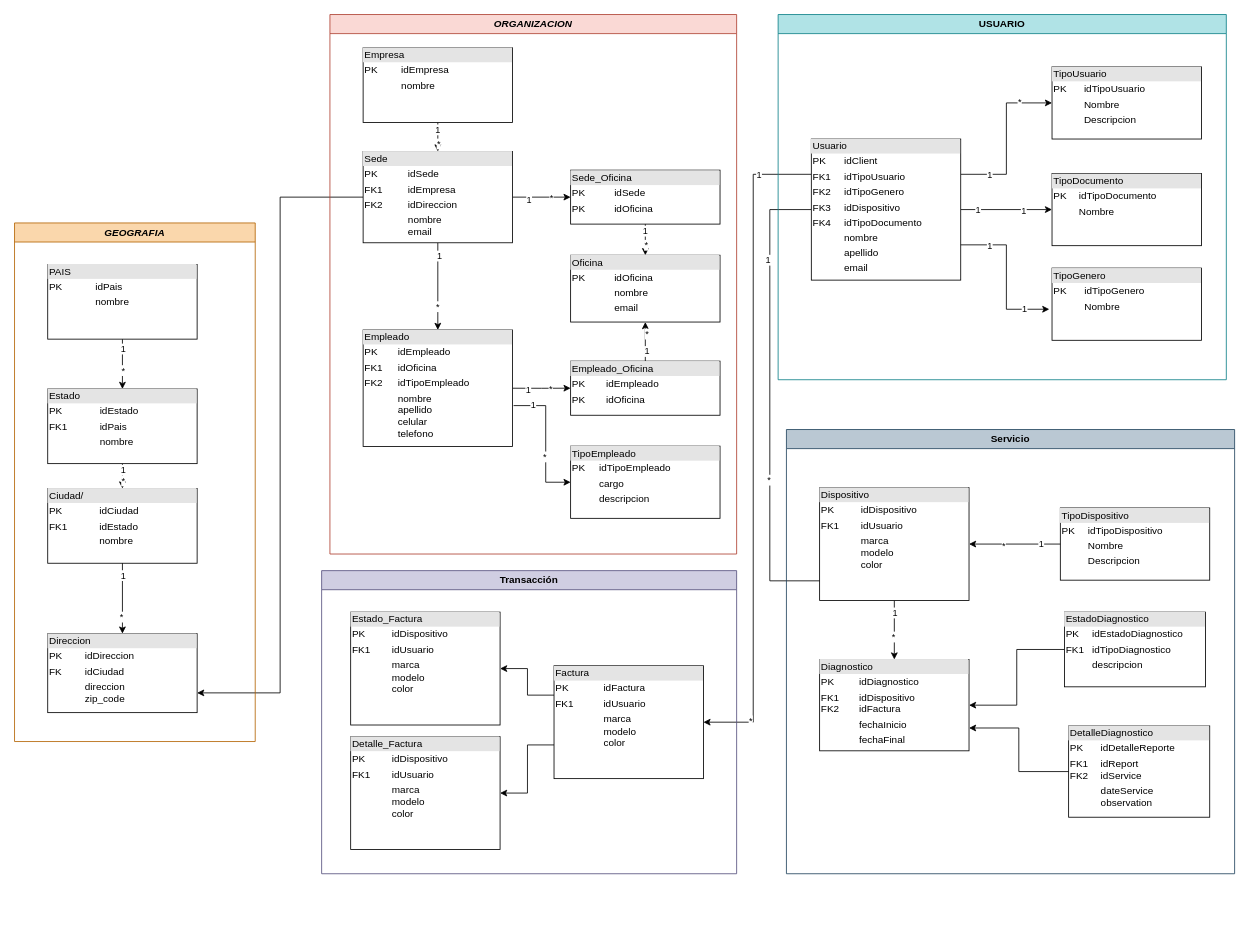
Alejo2304/website_projects keeps this draw.io diagram as projects/tech_support/Tech_support.drawio. Above is the earlier version. Source tidied: cells renumbered, new cells numbered last; positions are measured from the earlier drawing's top-left corner, leaving out a move shared by most shapes. Both pictures are drawn from the tidied source at 83%, with x=0, y=0 at pixel (14, 14).
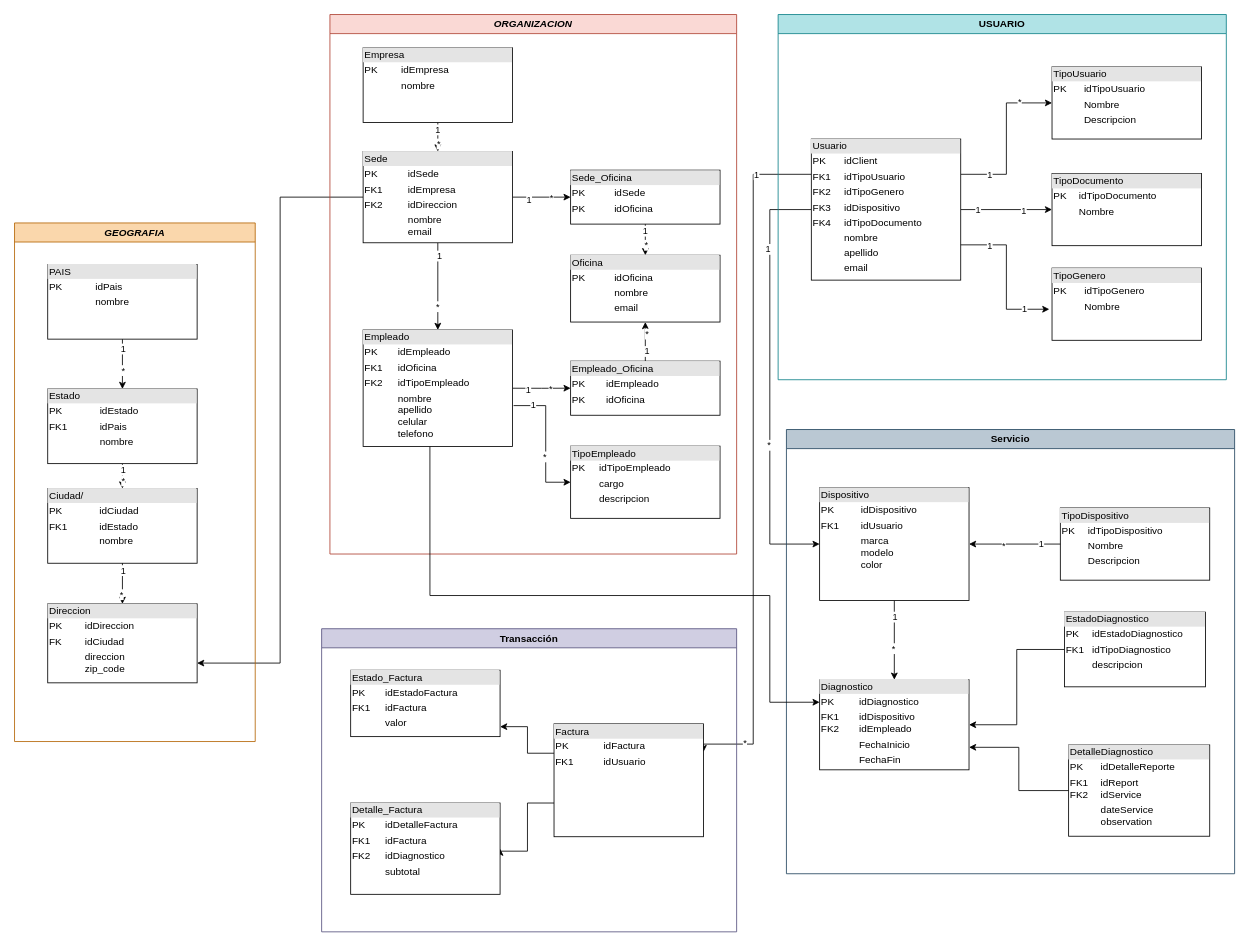
Above is the later version.

Commit message:
Fixed relations and tables

Unchanged cells that the change refers to:
```xml
<mxCell id="17" value="&lt;div style=&quot;box-sizing:border-box;width:100%;background:#e4e4e4;padding:2px;&quot;&gt;Usuario&lt;/div&gt;&lt;table style=&quot;width:100%;font-size:1em;&quot; cellpadding=&quot;2&quot; cellspacing=&quot;0&quot;&gt;&lt;tbody&gt;&lt;tr&gt;&lt;td&gt;PK&lt;/td&gt;&lt;td&gt;idClient&lt;/td&gt;&lt;/tr&gt;&lt;tr&gt;&lt;td&gt;FK1&lt;/td&gt;&lt;td&gt;idTipoUsuario&lt;/td&gt;&lt;/tr&gt;&lt;tr&gt;&lt;td&gt;FK2&lt;/td&gt;&lt;td&gt;idTipoGenero&lt;/td&gt;&lt;/tr&gt;&lt;tr&gt;&lt;td&gt;FK3&lt;/td&gt;&lt;td&gt;idDispositivo&lt;/td&gt;&lt;/tr&gt;&lt;tr&gt;&lt;td&gt;FK4&lt;/td&gt;&lt;td&gt;idTipoDocumento&lt;/td&gt;&lt;/tr&gt;&lt;tr&gt;&lt;td&gt;&lt;br&gt;&lt;/td&gt;&lt;td&gt;nombre&lt;/td&gt;&lt;/tr&gt;&lt;tr&gt;&lt;td&gt;&lt;br&gt;&lt;/td&gt;&lt;td&gt;apellido&lt;/td&gt;&lt;/tr&gt;&lt;tr&gt;&lt;td&gt;&lt;br&gt;&lt;/td&gt;&lt;td&gt;email&lt;/td&gt;&lt;/tr&gt;&lt;/tbody&gt;&lt;/table&gt;" style="verticalAlign=top;align=left;overflow=fill;html=1;whiteSpace=wrap;" parent="1" vertex="1">
  <mxGeometry x="960" y="150" width="180" height="170" as="geometry" />
</mxCell>
<mxCell id="34" value="&lt;i&gt;GEOGRAFIA&lt;/i&gt;" style="swimlane;whiteSpace=wrap;html=1;fillColor=#fad7ac;strokeColor=#b46504;" parent="1" vertex="1">
  <mxGeometry y="251.1" width="290" height="624.8" as="geometry" />
</mxCell>
<mxCell id="56" value="&lt;div style=&quot;box-sizing:border-box;width:100%;background:#e4e4e4;padding:2px;&quot;&gt;Empleado&lt;/div&gt;&lt;table style=&quot;width:100%;font-size:1em;&quot; cellpadding=&quot;2&quot; cellspacing=&quot;0&quot;&gt;&lt;tbody&gt;&lt;tr&gt;&lt;td&gt;PK&lt;/td&gt;&lt;td&gt;idEmpleado&lt;/td&gt;&lt;/tr&gt;&lt;tr&gt;&lt;td&gt;FK1&lt;/td&gt;&lt;td&gt;idOficina&lt;/td&gt;&lt;/tr&gt;&lt;tr&gt;&lt;td&gt;FK2&lt;/td&gt;&lt;td&gt;idTipoEmpleado&lt;/td&gt;&lt;/tr&gt;&lt;tr&gt;&lt;td&gt;&lt;br&gt;&lt;/td&gt;&lt;td&gt;nombre&lt;br&gt;apellido&lt;br&gt;celular&lt;br&gt;telefono&lt;br&gt;&lt;/td&gt;&lt;/tr&gt;&lt;/tbody&gt;&lt;/table&gt;" style="verticalAlign=top;align=left;overflow=fill;html=1;whiteSpace=wrap;" parent="55" vertex="1">
  <mxGeometry x="40" y="380" width="180" height="140.5" as="geometry" />
</mxCell>
<mxCell id="72" value="Servicio" style="swimlane;whiteSpace=wrap;html=1;fillColor=#bac8d3;strokeColor=#23445d;" parent="1" vertex="1">
  <mxGeometry x="930" y="500" width="540" height="535.2" as="geometry" />
</mxCell>
<mxCell id="82" value="&lt;div style=&quot;box-sizing:border-box;width:100%;background:#e4e4e4;padding:2px;&quot;&gt;Dispositivo&lt;/div&gt;&lt;table style=&quot;width:100%;font-size:1em;&quot; cellpadding=&quot;2&quot; cellspacing=&quot;0&quot;&gt;&lt;tbody&gt;&lt;tr&gt;&lt;td&gt;PK&lt;/td&gt;&lt;td&gt;idDispositivo&lt;/td&gt;&lt;/tr&gt;&lt;tr&gt;&lt;td&gt;FK1&lt;/td&gt;&lt;td&gt;idUsuario&lt;/td&gt;&lt;/tr&gt;&lt;tr&gt;&lt;td&gt;&lt;/td&gt;&lt;td&gt;marca&lt;br&gt;modelo&lt;br&gt;color&lt;br&gt;&lt;br&gt;&lt;/td&gt;&lt;/tr&gt;&lt;/tbody&gt;&lt;/table&gt;" style="verticalAlign=top;align=left;overflow=fill;html=1;whiteSpace=wrap;" parent="72" vertex="1">
  <mxGeometry x="40" y="70" width="180" height="136" as="geometry" />
</mxCell>
```

Diff of the diagram source:
```diff
@@
-    <mxCell id="5" style="edgeStyle=orthogonalEdgeStyle;rounded=0;jettySize=auto;html=1;exitX=0;exitY=0.5;exitDx=0;exitDy=0;entryX=0;entryY=0.5;entryDx=0;entryDy=0;" parent="1" edge="1" source="17">
+    <mxCell id="5" style="edgeStyle=orthogonalEdgeStyle;rounded=0;jettySize=auto;html=1;exitX=0;exitY=0.5;exitDx=0;exitDy=0;entryX=0;entryY=0.5;entryDx=0;entryDy=0;" parent="1" edge="1" source="17" target="82">
       <mxGeometry relative="1" as="geometry">
-        <mxPoint x="990" y="682.3" as="targetPoint" />
         <Array as="points">
           <mxPoint x="910" y="235" />
-          <mxPoint x="910" y="682" />
+          <mxPoint x="910" y="638" />
         </Array>
       </mxGeometry>
     </mxCell>
@@
-    <mxCell id="14" style="edgeStyle=orthogonalEdgeStyle;rounded=0;jettySize=auto;html=1;entryX=1;entryY=0.5;entryDx=0;entryDy=0;exitX=0;exitY=0.25;exitDx=0;exitDy=0;" parent="1" edge="1" source="17" target="69">
+    <mxCell id="14" style="edgeStyle=orthogonalEdgeStyle;rounded=0;jettySize=auto;html=1;entryX=1;entryY=0.25;entryDx=0;entryDy=0;exitX=0;exitY=0.25;exitDx=0;exitDy=0;" parent="1" edge="1" source="17" target="69">
       <mxGeometry relative="1" as="geometry">
         <Array as="points">
-          <mxPoint x="890" y="192" />
-          <mxPoint x="890" y="853" />
+          <mxPoint x="890" y="193" />
+          <mxPoint x="890" y="879" />
         </Array>
       </mxGeometry>
     </mxCell>
@@
     <mxCell id="36" value="&lt;div style=&quot;box-sizing:border-box;width:100%;background:#e4e4e4;padding:2px;&quot;&gt;Direccion&lt;/div&gt;&lt;table style=&quot;width:100%;font-size:1em;&quot; cellpadding=&quot;2&quot; cellspacing=&quot;0&quot;&gt;&lt;tbody&gt;&lt;tr&gt;&lt;td&gt;PK&lt;/td&gt;&lt;td&gt;idDireccion&lt;/td&gt;&lt;/tr&gt;&lt;tr&gt;&lt;td&gt;FK&lt;/td&gt;&lt;td&gt;idCiudad&lt;/td&gt;&lt;/tr&gt;&lt;tr&gt;&lt;td&gt;&lt;/td&gt;&lt;td&gt;direccion&lt;br&gt;zip_code&lt;br&gt;&lt;br&gt;&lt;br&gt;&lt;/td&gt;&lt;/tr&gt;&lt;tr&gt;&lt;td&gt;&lt;br&gt;&lt;/td&gt;&lt;td&gt;&lt;br&gt;&lt;/td&gt;&lt;/tr&gt;&lt;/tbody&gt;&lt;/table&gt;" style="verticalAlign=top;align=left;overflow=fill;html=1;whiteSpace=wrap;" parent="34" vertex="1">
-      <mxGeometry x="40" y="494.8" width="180" height="95.2" as="geometry" />
+      <mxGeometry x="40" y="458.9" width="180" height="95.2" as="geometry" />
     </mxCell>
@@
     <mxCell id="66" value="Transacción" style="swimlane;whiteSpace=wrap;html=1;fillColor=#d0cee2;strokeColor=#56517e;" parent="1" vertex="1">
-      <mxGeometry x="370" y="670" width="500" height="365.2" as="geometry" />
+      <mxGeometry x="370" y="740" width="500" height="365.2" as="geometry" />
     </mxCell>
@@
-    <mxCell id="69" value="&lt;div style=&quot;box-sizing:border-box;width:100%;background:#e4e4e4;padding:2px;&quot;&gt;Factura&lt;/div&gt;&lt;table style=&quot;width:100%;font-size:1em;&quot; cellpadding=&quot;2&quot; cellspacing=&quot;0&quot;&gt;&lt;tbody&gt;&lt;tr&gt;&lt;td&gt;PK&lt;/td&gt;&lt;td&gt;idFactura&lt;/td&gt;&lt;/tr&gt;&lt;tr&gt;&lt;td&gt;FK1&lt;/td&gt;&lt;td&gt;idUsuario&lt;/td&gt;&lt;/tr&gt;&lt;tr&gt;&lt;td&gt;&lt;/td&gt;&lt;td&gt;marca&lt;br&gt;modelo&lt;br&gt;color&lt;br&gt;&lt;br&gt;&lt;/td&gt;&lt;/tr&gt;&lt;/tbody&gt;&lt;/table&gt;" style="verticalAlign=top;align=left;overflow=fill;html=1;whiteSpace=wrap;" parent="66" vertex="1">
+    <mxCell id="69" value="&lt;div style=&quot;box-sizing:border-box;width:100%;background:#e4e4e4;padding:2px;&quot;&gt;Factura&lt;/div&gt;&lt;table style=&quot;width:100%;font-size:1em;&quot; cellpadding=&quot;2&quot; cellspacing=&quot;0&quot;&gt;&lt;tbody&gt;&lt;tr&gt;&lt;td&gt;PK&lt;/td&gt;&lt;td&gt;idFactura&lt;/td&gt;&lt;/tr&gt;&lt;tr&gt;&lt;td&gt;FK1&lt;/td&gt;&lt;td&gt;idUsuario&lt;/td&gt;&lt;/tr&gt;&lt;tr&gt;&lt;td&gt;&lt;br&gt;&lt;/td&gt;&lt;td&gt;&lt;br&gt;&lt;/td&gt;&lt;/tr&gt;&lt;/tbody&gt;&lt;/table&gt;" style="verticalAlign=top;align=left;overflow=fill;html=1;whiteSpace=wrap;" parent="66" vertex="1">
       <mxGeometry x="280" y="114.6" width="180" height="136" as="geometry" />
     </mxCell>
-    <mxCell id="70" value="&lt;div style=&quot;box-sizing:border-box;width:100%;background:#e4e4e4;padding:2px;&quot;&gt;Estado_Factura&lt;/div&gt;&lt;table style=&quot;width:100%;font-size:1em;&quot; cellpadding=&quot;2&quot; cellspacing=&quot;0&quot;&gt;&lt;tbody&gt;&lt;tr&gt;&lt;td&gt;PK&lt;/td&gt;&lt;td&gt;idDispositivo&lt;/td&gt;&lt;/tr&gt;&lt;tr&gt;&lt;td&gt;FK1&lt;/td&gt;&lt;td&gt;idUsuario&lt;/td&gt;&lt;/tr&gt;&lt;tr&gt;&lt;td&gt;&lt;/td&gt;&lt;td&gt;marca&lt;br&gt;modelo&lt;br&gt;color&lt;br&gt;&lt;br&gt;&lt;/td&gt;&lt;/tr&gt;&lt;/tbody&gt;&lt;/table&gt;" style="verticalAlign=top;align=left;overflow=fill;html=1;whiteSpace=wrap;" parent="66" vertex="1">
-      <mxGeometry x="35" y="50" width="180" height="136" as="geometry" />
+    <mxCell id="70" value="&lt;div style=&quot;box-sizing:border-box;width:100%;background:#e4e4e4;padding:2px;&quot;&gt;Estado_Factura&lt;/div&gt;&lt;table style=&quot;width:100%;font-size:1em;&quot; cellpadding=&quot;2&quot; cellspacing=&quot;0&quot;&gt;&lt;tbody&gt;&lt;tr&gt;&lt;td&gt;PK&lt;/td&gt;&lt;td&gt;idEstadoFactura&lt;/td&gt;&lt;/tr&gt;&lt;tr&gt;&lt;td&gt;FK1&lt;/td&gt;&lt;td&gt;idFactura&lt;/td&gt;&lt;/tr&gt;&lt;tr&gt;&lt;td&gt;&lt;br&gt;&lt;/td&gt;&lt;td&gt;valor&lt;/td&gt;&lt;/tr&gt;&lt;/tbody&gt;&lt;/table&gt;" style="verticalAlign=top;align=left;overflow=fill;html=1;whiteSpace=wrap;" parent="66" vertex="1">
+      <mxGeometry x="35" y="50" width="180" height="80" as="geometry" />
     </mxCell>
-    <mxCell id="71" value="&lt;div style=&quot;box-sizing:border-box;width:100%;background:#e4e4e4;padding:2px;&quot;&gt;Detalle_Factura&lt;/div&gt;&lt;table style=&quot;width:100%;font-size:1em;&quot; cellpadding=&quot;2&quot; cellspacing=&quot;0&quot;&gt;&lt;tbody&gt;&lt;tr&gt;&lt;td&gt;PK&lt;/td&gt;&lt;td&gt;idDispositivo&lt;/td&gt;&lt;/tr&gt;&lt;tr&gt;&lt;td&gt;FK1&lt;/td&gt;&lt;td&gt;idUsuario&lt;/td&gt;&lt;/tr&gt;&lt;tr&gt;&lt;td&gt;&lt;/td&gt;&lt;td&gt;marca&lt;br&gt;modelo&lt;br&gt;color&lt;br&gt;&lt;br&gt;&lt;/td&gt;&lt;/tr&gt;&lt;/tbody&gt;&lt;/table&gt;" style="verticalAlign=top;align=left;overflow=fill;html=1;whiteSpace=wrap;" parent="66" vertex="1">
-      <mxGeometry x="35" y="200" width="180" height="136" as="geometry" />
+    <mxCell id="71" value="&lt;div style=&quot;box-sizing:border-box;width:100%;background:#e4e4e4;padding:2px;&quot;&gt;Detalle_Factura&lt;/div&gt;&lt;table style=&quot;width:100%;font-size:1em;&quot; cellpadding=&quot;2&quot; cellspacing=&quot;0&quot;&gt;&lt;tbody&gt;&lt;tr&gt;&lt;td&gt;PK&lt;/td&gt;&lt;td&gt;idDetalleFactura&lt;/td&gt;&lt;/tr&gt;&lt;tr&gt;&lt;td&gt;FK1&lt;/td&gt;&lt;td&gt;idFactura&lt;br&gt;&lt;/td&gt;&lt;/tr&gt;&lt;tr&gt;&lt;td&gt;FK2&lt;/td&gt;&lt;td&gt;idDiagnostico&lt;/td&gt;&lt;/tr&gt;&lt;tr&gt;&lt;td&gt;&lt;/td&gt;&lt;td&gt;subtotal&lt;br&gt;&lt;br&gt;&lt;/td&gt;&lt;/tr&gt;&lt;/tbody&gt;&lt;/table&gt;" style="verticalAlign=top;align=left;overflow=fill;html=1;whiteSpace=wrap;" parent="66" vertex="1">
+      <mxGeometry x="35" y="210" width="180" height="110" as="geometry" />
     </mxCell>
@@
-    <mxCell id="73" value="&lt;div style=&quot;box-sizing:border-box;width:100%;background:#e4e4e4;padding:2px;&quot;&gt;Diagnostico&lt;/div&gt;&lt;table style=&quot;width:100%;font-size:1em;&quot; cellpadding=&quot;2&quot; cellspacing=&quot;0&quot;&gt;&lt;tbody&gt;&lt;tr&gt;&lt;td&gt;PK&lt;/td&gt;&lt;td&gt;idDiagnostico&lt;/td&gt;&lt;/tr&gt;&lt;tr&gt;&lt;td&gt;FK1&lt;br&gt;FK2&lt;/td&gt;&lt;td&gt;idDispositivo&lt;br&gt;idFactura&lt;/td&gt;&lt;/tr&gt;&lt;tr&gt;&lt;td&gt;&lt;/td&gt;&lt;td&gt;fechaInicio&lt;br&gt;&lt;/td&gt;&lt;/tr&gt;&lt;tr&gt;&lt;td&gt;&lt;br&gt;&lt;/td&gt;&lt;td&gt;fechaFinal&lt;/td&gt;&lt;/tr&gt;&lt;/tbody&gt;&lt;/table&gt;" style="verticalAlign=top;align=left;overflow=fill;html=1;whiteSpace=wrap;" parent="72" vertex="1">
-      <mxGeometry x="40" y="277.1" width="180" height="110" as="geometry" />
+    <mxCell id="73" value="&lt;div style=&quot;box-sizing:border-box;width:100%;background:#e4e4e4;padding:2px;&quot;&gt;Diagnostico&lt;/div&gt;&lt;table style=&quot;width:100%;font-size:1em;&quot; cellpadding=&quot;2&quot; cellspacing=&quot;0&quot;&gt;&lt;tbody&gt;&lt;tr&gt;&lt;td&gt;PK&lt;/td&gt;&lt;td&gt;idDiagnostico&lt;/td&gt;&lt;/tr&gt;&lt;tr&gt;&lt;td&gt;FK1&lt;br&gt;FK2&lt;/td&gt;&lt;td&gt;idDispositivo&lt;br&gt;idEmpleado&lt;/td&gt;&lt;/tr&gt;&lt;tr&gt;&lt;td&gt;&lt;/td&gt;&lt;td&gt;FechaInicio&lt;/td&gt;&lt;/tr&gt;&lt;tr&gt;&lt;td&gt;&lt;br&gt;&lt;/td&gt;&lt;td&gt;FechaFin&lt;/td&gt;&lt;/tr&gt;&lt;tr&gt;&lt;td&gt;&lt;br&gt;&lt;/td&gt;&lt;td&gt;&lt;br&gt;&lt;/td&gt;&lt;/tr&gt;&lt;/tbody&gt;&lt;/table&gt;" style="verticalAlign=top;align=left;overflow=fill;html=1;whiteSpace=wrap;" parent="72" vertex="1">
+      <mxGeometry x="40" y="301.4" width="180" height="108.6" as="geometry" />
     </mxCell>
@@
     <mxCell id="76" value="&lt;div style=&quot;box-sizing:border-box;width:100%;background:#e4e4e4;padding:2px;&quot;&gt;DetalleDiagnostico&lt;/div&gt;&lt;table style=&quot;width:100%;font-size:1em;&quot; cellpadding=&quot;2&quot; cellspacing=&quot;0&quot;&gt;&lt;tbody&gt;&lt;tr&gt;&lt;td&gt;PK&lt;/td&gt;&lt;td&gt;idDetalleReporte&lt;/td&gt;&lt;/tr&gt;&lt;tr&gt;&lt;td&gt;FK1&lt;br&gt;FK2&lt;/td&gt;&lt;td&gt;idReport&lt;br&gt;idService&lt;/td&gt;&lt;/tr&gt;&lt;tr&gt;&lt;td&gt;&lt;/td&gt;&lt;td&gt;dateService&lt;br&gt;observation&lt;/td&gt;&lt;/tr&gt;&lt;/tbody&gt;&lt;/table&gt;" style="verticalAlign=top;align=left;overflow=fill;html=1;whiteSpace=wrap;" parent="72" vertex="1">
-      <mxGeometry x="340" y="357.1" width="170" height="110" as="geometry" />
+      <mxGeometry x="340" y="380" width="170" height="110" as="geometry" />
     </mxCell>
@@
+    <mxCell id="86" style="edgeStyle=orthogonalEdgeStyle;rounded=0;jettySize=auto;html=1;entryX=0;entryY=0.25;entryDx=0;entryDy=0;exitX=0.447;exitY=1.001;exitDx=0;exitDy=0;exitPerimeter=0;" parent="1" edge="1" source="56" target="73">
+      <mxGeometry relative="1" as="geometry">
+        <Array as="points">
+          <mxPoint x="500" y="700" />
+          <mxPoint x="910" y="700" />
+          <mxPoint x="910" y="829" />
+        </Array>
+      </mxGeometry>
+    </mxCell>
```
